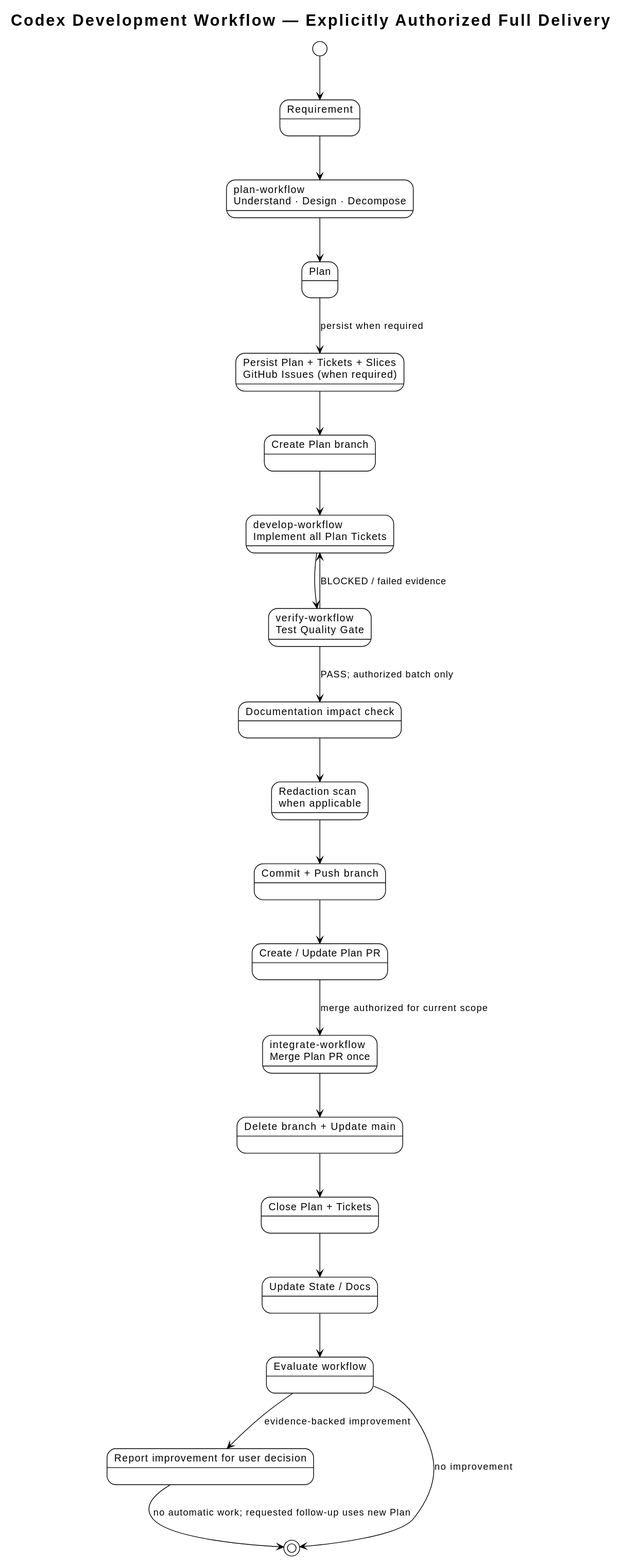
Above: docs/architecture/diagrams/architecture.svg in i-zrhe2016/codex-development-workflow (PlantUML), before the change.
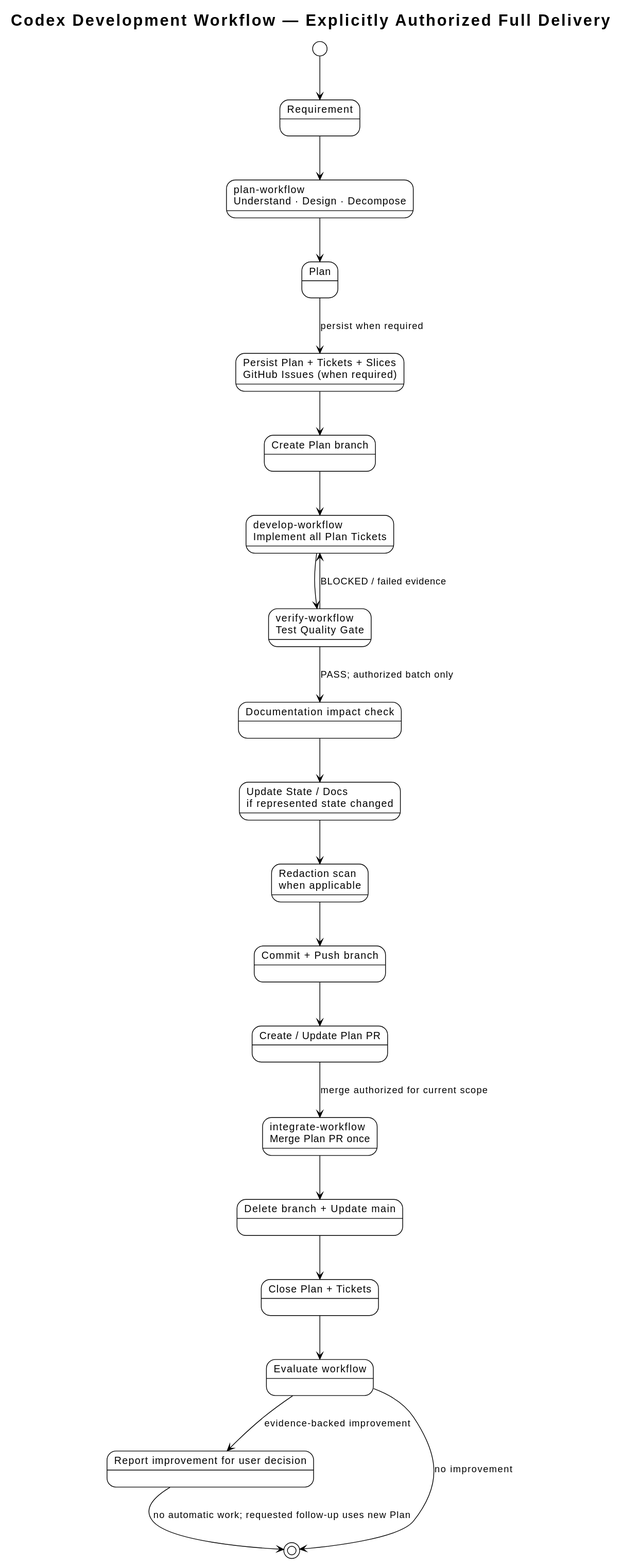
After the change.

The edit, as a diff of the source:
```diff
@@ -14,13 +14,13 @@
 state "develop-workflow\nImplement all Plan Tickets" as Implement
 state "verify-workflow\nTest Quality Gate" as Test
 state "Documentation impact check" as Docs
+state "Update State / Docs\nif represented state changed" as State
 state "Redaction scan\nwhen applicable" as Redact
 state "Commit + Push branch" as Publish
 state "Create / Update Plan PR" as PR
 state "integrate-workflow\nMerge Plan PR once" as Merge
 state "Delete branch + Update main" as Cleanup
 state "Close Plan + Tickets" as Close
-state "Update State / Docs" as State
 state "Evaluate workflow" as Evaluate
 state "Report improvement for user decision" as Improve
 
@@ -33,14 +33,14 @@
 Implement --> Test
 Test --> Implement : BLOCKED / failed evidence
 Test --> Docs : PASS; authorized batch only
-Docs --> Redact
+Docs --> State
+State --> Redact
 Redact --> Publish
 Publish --> PR
 PR --> Merge : merge authorized for current scope
 Merge --> Cleanup
 Cleanup --> Close
-Close --> State
-State --> Evaluate
+Close --> Evaluate
 Evaluate --> Improve : evidence-backed improvement
 Improve --> [*] : no automatic work; requested follow-up uses new Plan
 Evaluate --> [*] : no improvement
```
